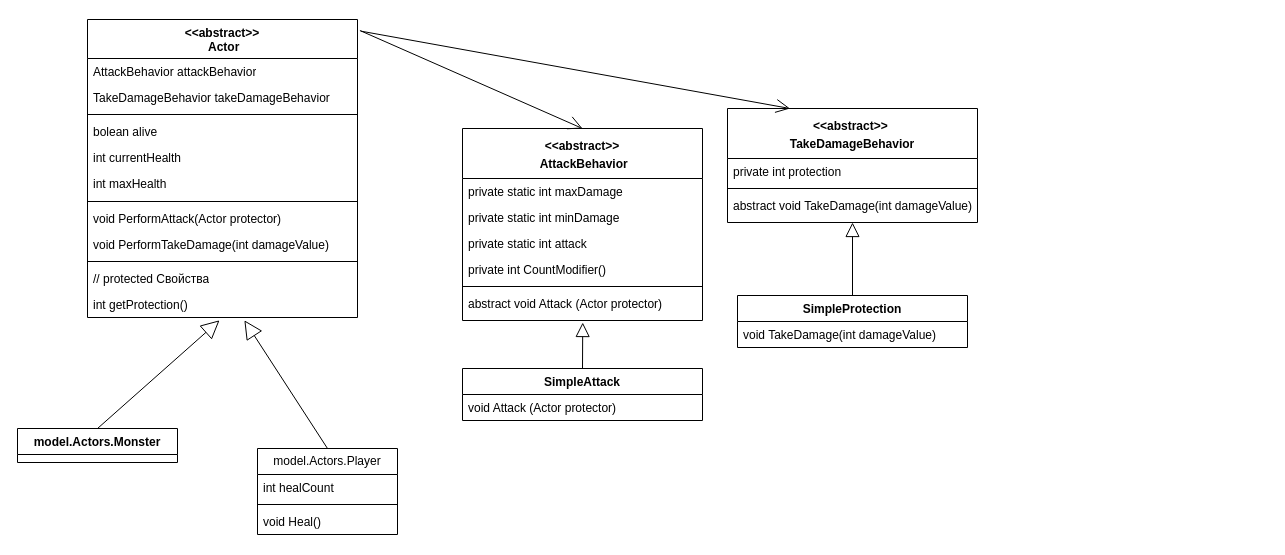
This is page "AbstractRealization" (2 of 2) of HaHClassDiogram.drawio from AlertedCoffee/HaHTestTask, a draw.io file, before an edit. Source tidied: cells renumbered, new cells numbered last; positions are measured from the earlier drawing's top-left corner, leaving out a move shared by most shapes. Both pictures are drawn from the tidied source at 100%, with x=0, y=0 at pixel (17, 19).
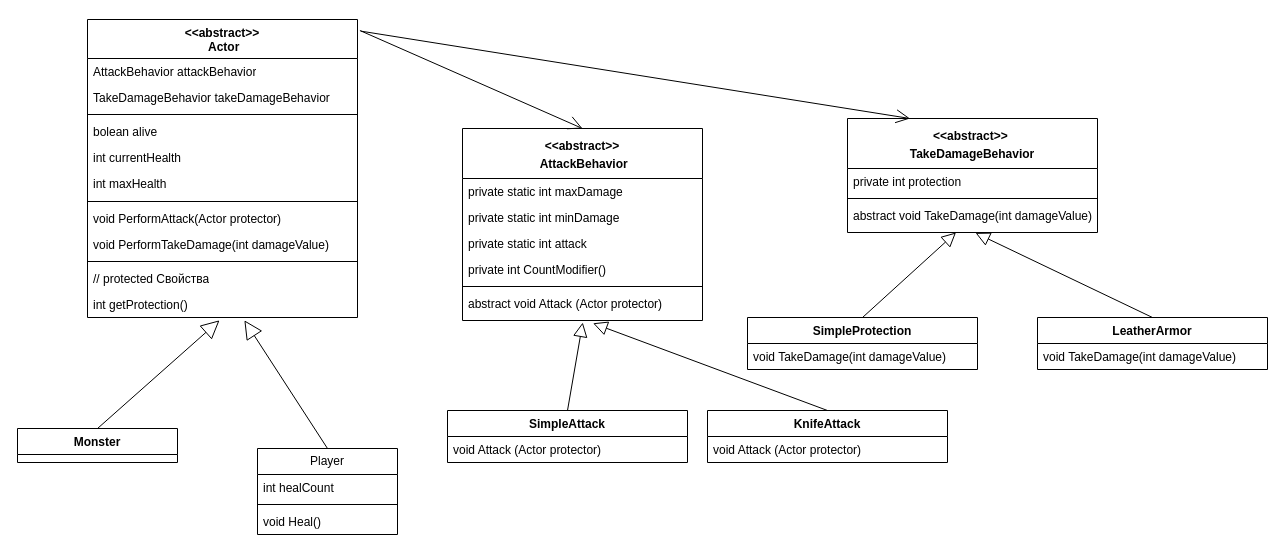
The same diagram, later.

The change refers to these unchanged cells:
```xml
<mxCell id="21" value="abstract void Attack (Actor protector)" style="text;strokeColor=none;fillColor=none;align=left;verticalAlign=top;spacingLeft=4;spacingRight=4;overflow=hidden;points=[[0,0.5],[1,0.5]];portConstraint=eastwest;whiteSpace=wrap;html=1;" parent="15" vertex="1">
  <mxGeometry y="162" width="240" height="30" as="geometry" />
</mxCell>
<mxCell id="25" value="abstract void TakeDamage(int damageValue)" style="text;strokeColor=none;fillColor=none;align=left;verticalAlign=top;spacingLeft=4;spacingRight=4;overflow=hidden;points=[[0,0.5],[1,0.5]];portConstraint=eastwest;whiteSpace=wrap;html=1;" parent="22" vertex="1">
  <mxGeometry y="84" width="250" height="30" as="geometry" />
</mxCell>
```

The edit, as a diff of the source:
```diff
@@
     <mxCell id="22" value="&lt;p style=&quot;border-color: var(--border-color); margin: 4px 0px 0px;&quot;&gt;&amp;lt;&amp;lt;abstract&amp;gt;&amp;gt;&amp;nbsp;&lt;/p&gt;&lt;p style=&quot;border-color: var(--border-color); margin: 4px 0px 0px;&quot;&gt;TakeDamageBehavior&lt;br&gt;&lt;/p&gt;" style="swimlane;fontStyle=1;align=center;verticalAlign=top;horizontal=1;startSize=50;whiteSpace=wrap;html=1;" parent="1" vertex="1">
-      <mxGeometry x="710" y="89" width="250" height="114" as="geometry" />
+      <mxGeometry x="830" y="99" width="250" height="114" as="geometry" />
     </mxCell>
@@
     <mxCell id="28" value="SimpleAttack" style="swimlane;fontStyle=1;align=center;verticalAlign=top;horizontal=1;startSize=26;whiteSpace=wrap;html=1;" parent="1" vertex="1">
-      <mxGeometry x="445" y="349" width="240" height="52" as="geometry" />
+      <mxGeometry x="430" y="391" width="240" height="52" as="geometry" />
     </mxCell>
@@
     <mxCell id="30" value="SimpleProtection" style="swimlane;fontStyle=1;align=center;verticalAlign=top;horizontal=1;startSize=26;whiteSpace=wrap;html=1;" parent="1" vertex="1">
-      <mxGeometry x="720" y="276" width="230" height="52" as="geometry" />
+      <mxGeometry x="730" y="298" width="230" height="52" as="geometry" />
     </mxCell>
@@
-    <mxCell id="33" value="model.Actors.Monster" style="swimlane;fontStyle=1;align=center;verticalAlign=top;horizontal=1;startSize=26;whiteSpace=wrap;html=1;" parent="1" vertex="1">
+    <mxCell id="33" value="Monster" style="swimlane;fontStyle=1;align=center;verticalAlign=top;horizontal=1;startSize=26;whiteSpace=wrap;html=1;" parent="1" vertex="1">
       <mxGeometry y="409" width="160" height="34" as="geometry" />
     </mxCell>
-    <mxCell id="34" value="model.Actors.Player" style="swimlane;fontStyle=0;horizontal=1;startSize=26;fillColor=none;whiteSpace=wrap;html=1;" parent="1" vertex="1">
+    <mxCell id="34" value="Player" style="swimlane;fontStyle=0;horizontal=1;startSize=26;fillColor=none;whiteSpace=wrap;html=1;" parent="1" vertex="1">
       <mxGeometry x="240" y="429" width="140" height="86" as="geometry" />
     </mxCell>
@@
+    <mxCell id="41" value="KnifeAttack" style="swimlane;fontStyle=1;align=center;verticalAlign=top;horizontal=1;startSize=26;whiteSpace=wrap;html=1;" parent="1" vertex="1">
+      <mxGeometry x="690" y="391" width="240" height="52" as="geometry" />
+    </mxCell>
+    <mxCell id="42" value="void Attack (Actor protector)" style="text;strokeColor=none;fillColor=none;align=left;verticalAlign=top;spacingLeft=4;spacingRight=4;overflow=hidden;whiteSpace=wrap;html=1;" parent="41" vertex="1">
+      <mxGeometry y="26" width="240" height="26" as="geometry" />
+    </mxCell>
+    <mxCell id="43" style="endArrow=block;endFill=0;endSize=12;html=1;rounded=0;exitX=0.5;exitY=0;exitDx=0;exitDy=0;entryX=0.544;entryY=1.093;entryDx=0;entryDy=0;entryPerimeter=0;" parent="1" edge="1" source="41" target="21">
+      <mxGeometry relative="1" as="geometry" />
+    </mxCell>
+    <mxCell id="44" value="LeatherArmor" style="swimlane;fontStyle=1;align=center;verticalAlign=top;horizontal=1;startSize=26;whiteSpace=wrap;html=1;" parent="1" vertex="1">
+      <mxGeometry x="1020" y="298" width="230" height="52" as="geometry" />
+    </mxCell>
+    <mxCell id="45" value="void TakeDamage(int damageValue)" style="text;strokeColor=none;fillColor=none;align=left;verticalAlign=top;spacingLeft=4;spacingRight=4;overflow=hidden;whiteSpace=wrap;html=1;" parent="44" vertex="1">
+      <mxGeometry y="26" width="230" height="26" as="geometry" />
+    </mxCell>
+    <mxCell id="46" style="endArrow=block;endFill=0;endSize=12;html=1;rounded=0;exitX=0.5;exitY=0;exitDx=0;exitDy=0;entryX=0.512;entryY=1.013;entryDx=0;entryDy=0;entryPerimeter=0;" parent="1" edge="1" source="44" target="25">
+      <mxGeometry relative="1" as="geometry" />
+    </mxCell>
```
